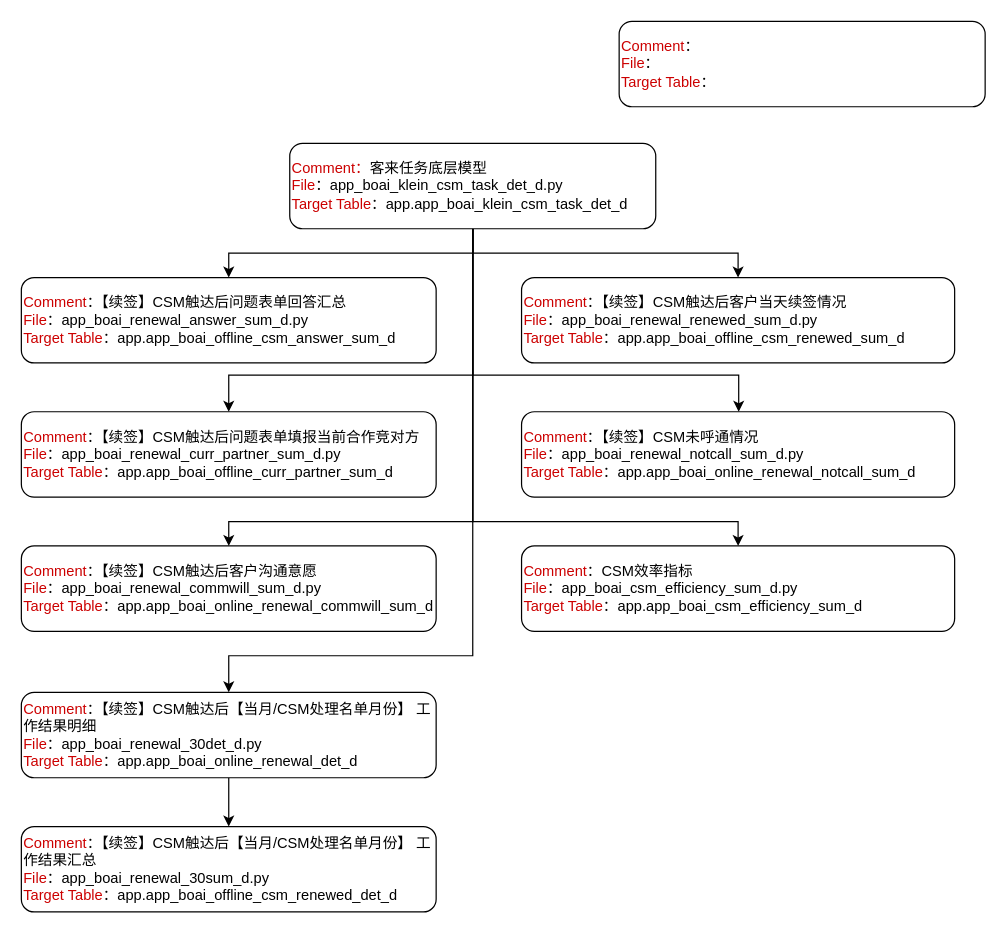
Before: 数据任务关系图.drawio in tristayan/ck, a draw.io diagram. Source tidied: cells renumbered, new cells numbered last; positions are measured from the earlier drawing's top-left corner, leaving out a move shared by most shapes. Both pictures are drawn from the tidied source at 122%, with x=0, y=0 at pixel (21, 21).
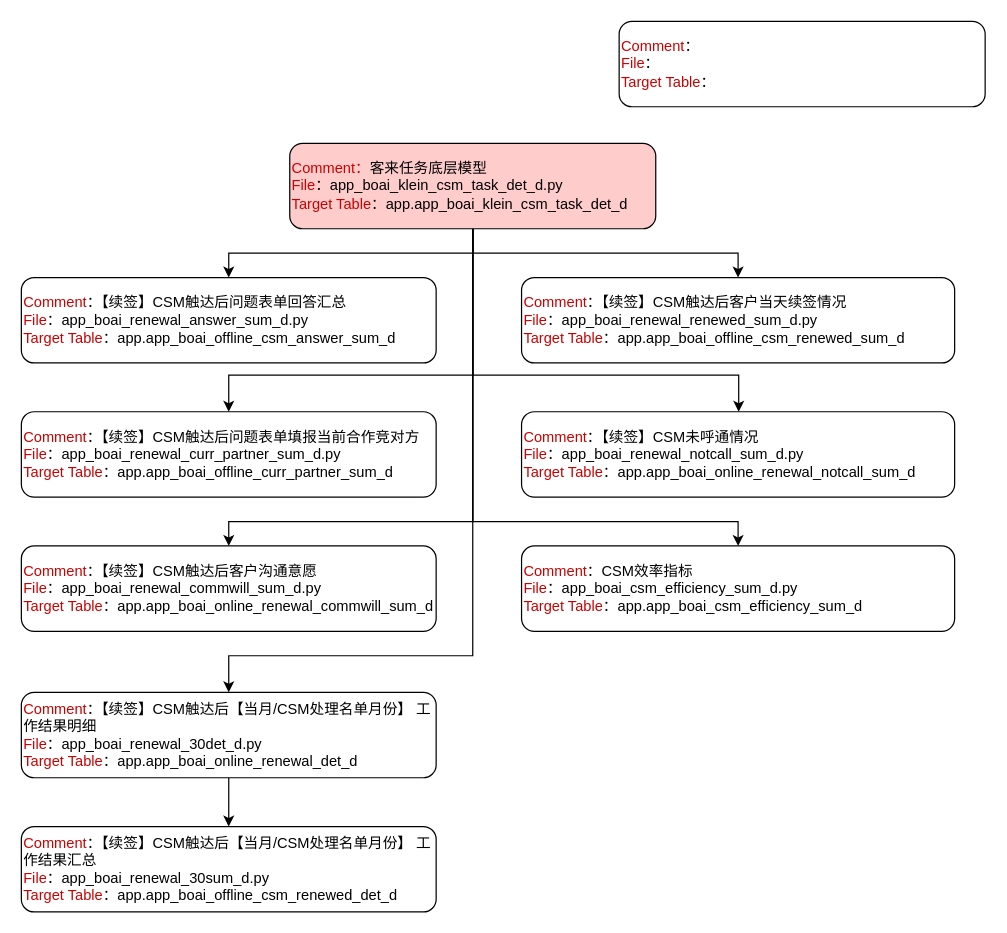
Above is the later version.

Commit message (it also covers changes not shown here):
更新数据任务关系图.drawio

What changed in the source:
```diff
@@
-    <mxCell id="9" value="&lt;font color=&quot;#cc0000&quot;&gt;Comment：&lt;/font&gt;客来任务底层模型&lt;span&gt;&lt;/span&gt;&lt;font color=&quot;#cc0000&quot;&gt;&lt;br&gt;File&lt;/font&gt;：app_boai_klein_csm_task_det_d.py&lt;br&gt;&lt;font color=&quot;#cc0000&quot;&gt;Target Table&lt;/font&gt;：app.app_boai_klein_csm_task_det_d" style="rounded=1;whiteSpace=wrap;html=1;align=left;" parent="1" vertex="1">
+    <mxCell id="9" value="&lt;font color=&quot;#cc0000&quot;&gt;Comment：&lt;/font&gt;客来任务底层模型&lt;span&gt;&lt;/span&gt;&lt;font color=&quot;#cc0000&quot;&gt;&lt;br&gt;File&lt;/font&gt;：app_boai_klein_csm_task_det_d.py&lt;br&gt;&lt;font color=&quot;#cc0000&quot;&gt;Target Table&lt;/font&gt;：app.app_boai_klein_csm_task_det_d" style="rounded=1;whiteSpace=wrap;html=1;align=left;fillColor=#FFCCCC;" parent="1" vertex="1">
       <mxGeometry x="220" y="100" width="300" height="70" as="geometry" />
     </mxCell>
```
